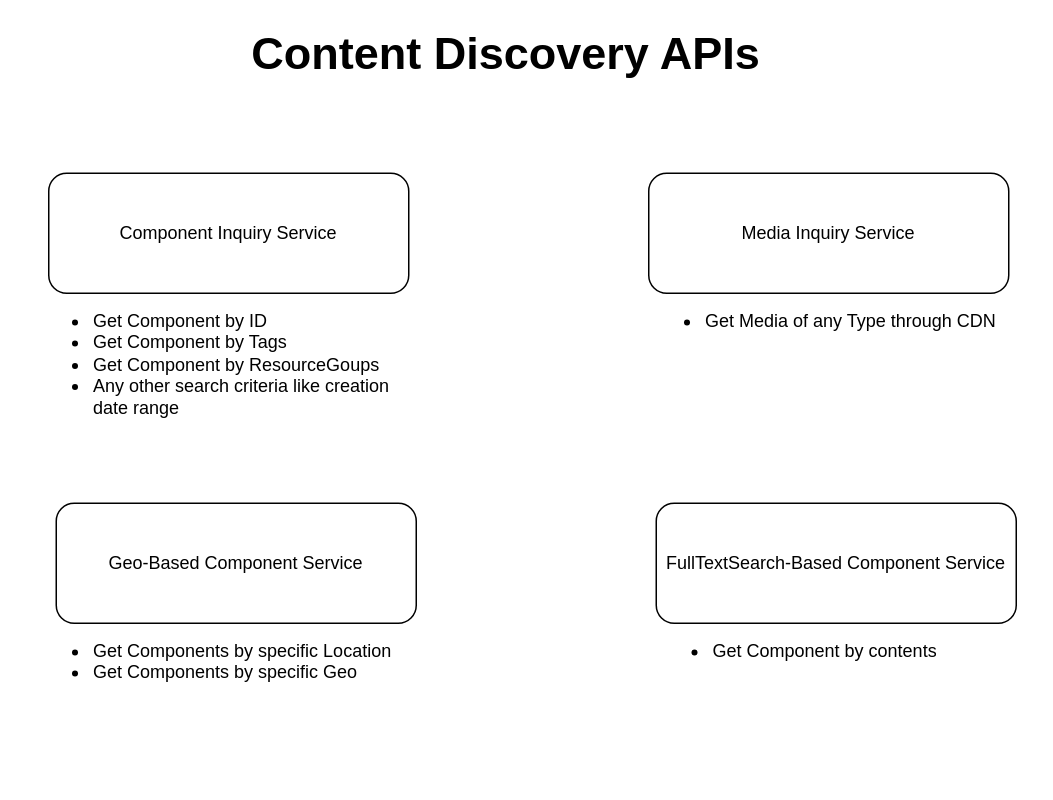
Above: artifacts/ContentDiscovery.drawio in ramy-hassan/architecture-challenge (draw.io), before the change. Source tidied: cells renumbered, new cells numbered last; positions are measured from the earlier drawing's top-left corner, leaving out a move shared by most shapes. Both pictures are drawn from the tidied source at 150%, with x=0, y=0 at pixel (26, 38).
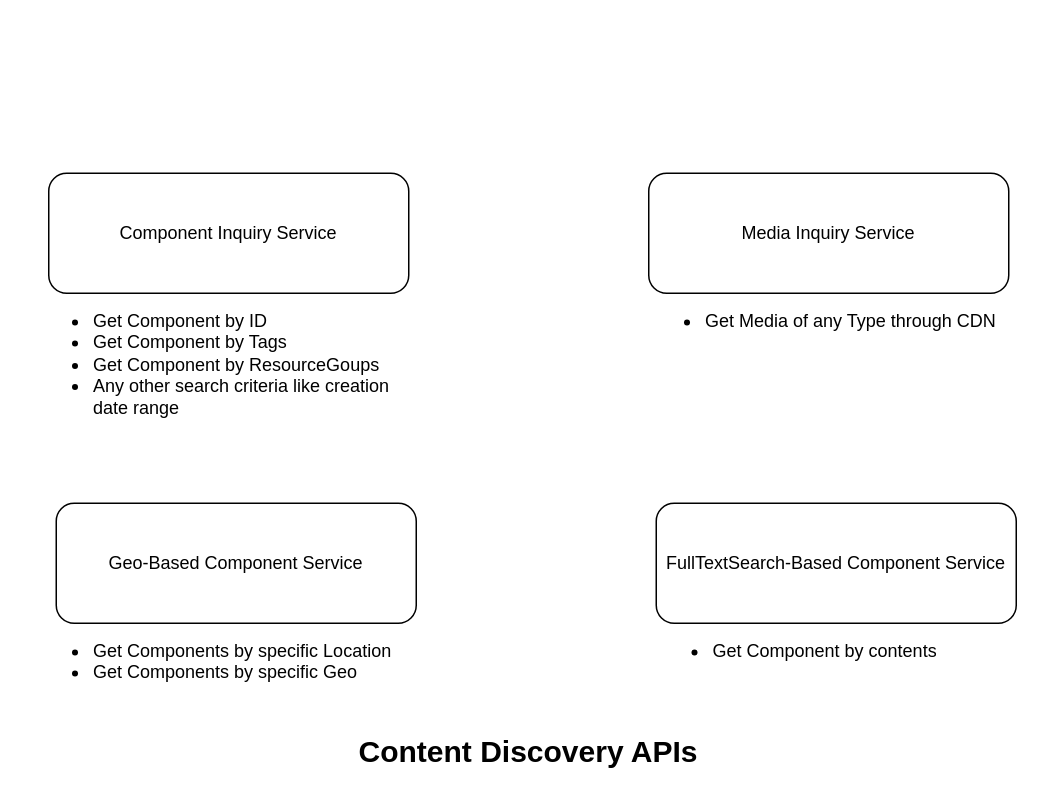
The same page after the edit.

Change to the diagram source:
```diff
@@
 <mxGraphModel>
   <root>
     <mxCell id="0" />
     <mxCell id="1" parent="0" />
     <mxCell id="2" value="Component Inquiry Service" style="rounded=1;whiteSpace=wrap;html=1;" parent="1" vertex="1">
       <mxGeometry x="15" y="90" width="240" height="80" as="geometry" />
     </mxCell>
     <mxCell id="3" value="Geo-Based Component Service" style="rounded=1;whiteSpace=wrap;html=1;" parent="1" vertex="1">
       <mxGeometry x="20" y="310" width="240" height="80" as="geometry" />
     </mxCell>
     <mxCell id="4" value="FullTextSearch-Based Component Service" style="rounded=1;whiteSpace=wrap;html=1;" parent="1" vertex="1">
       <mxGeometry x="420" y="310" width="240" height="80" as="geometry" />
     </mxCell>
     <mxCell id="5" value="Media Inquiry Service" style="rounded=1;whiteSpace=wrap;html=1;" parent="1" vertex="1">
       <mxGeometry x="415" y="90" width="240" height="80" as="geometry" />
     </mxCell>
     <mxCell id="6" value="&lt;ul&gt;&lt;li&gt;Get Component by ID&lt;/li&gt;&lt;li&gt;Get Component by Tags&lt;/li&gt;&lt;li&gt;Get Component by ResourceGoups&lt;/li&gt;&lt;li&gt;Any other search criteria like creation date range&lt;/li&gt;&lt;/ul&gt;" style="text;html=1;strokeColor=none;fillColor=none;spacing=5;spacingTop=-20;whiteSpace=wrap;overflow=hidden;rounded=0;" parent="1" vertex="1">
       <mxGeometry y="180" width="255" height="120" as="geometry" />
     </mxCell>
     <mxCell id="7" value="&lt;ul&gt;&lt;li&gt;Get Media of any Type through CDN&lt;br&gt;&lt;/li&gt;&lt;/ul&gt;" style="text;html=1;strokeColor=none;fillColor=none;spacing=5;spacingTop=-20;whiteSpace=wrap;overflow=hidden;rounded=0;" parent="1" vertex="1">
       <mxGeometry x="407.5" y="180" width="255" height="30" as="geometry" />
     </mxCell>
     <mxCell id="8" value="&lt;ul&gt;&lt;li&gt;Get Components by specific Location&lt;/li&gt;&lt;li&gt;Get Components by specific Geo Polygon&lt;/li&gt;&lt;/ul&gt;" style="text;html=1;strokeColor=none;fillColor=none;spacing=5;spacingTop=-20;whiteSpace=wrap;overflow=hidden;rounded=0;" parent="1" vertex="1">
       <mxGeometry y="400" width="255" height="30" as="geometry" />
     </mxCell>
     <mxCell id="9" value="&lt;ul&gt;&lt;li&gt;Get Component by contents&lt;/li&gt;&lt;/ul&gt;" style="text;html=1;strokeColor=none;fillColor=none;spacing=5;spacingTop=-20;whiteSpace=wrap;overflow=hidden;rounded=0;" parent="1" vertex="1">
       <mxGeometry x="412.5" y="400" width="255" height="30" as="geometry" />
     </mxCell>
-    <mxCell id="10" value="&lt;font style=&quot;font-size: 30px&quot;&gt;&lt;b&gt;Content Discovery APIs&lt;/b&gt;&lt;br&gt;&lt;/font&gt;" style="text;html=1;strokeColor=none;fillColor=none;align=center;verticalAlign=middle;whiteSpace=wrap;rounded=0;" parent="1" vertex="1">
-      <mxGeometry x="135" width="370" height="20" as="geometry" />
+    <mxCell id="10" value="&lt;font style=&quot;font-size: 20px&quot;&gt;&lt;font style=&quot;font-size: 20px&quot;&gt;&lt;b&gt;Content Discovery APIs&lt;/b&gt;&lt;/font&gt;&lt;br&gt;&lt;/font&gt;" style="text;html=1;strokeColor=none;fillColor=none;align=center;verticalAlign=middle;whiteSpace=wrap;rounded=0;" parent="1" vertex="1">
+      <mxGeometry x="195" y="460" width="280" height="30" as="geometry" />
     </mxCell>
   </root>
 </mxGraphModel>
```
